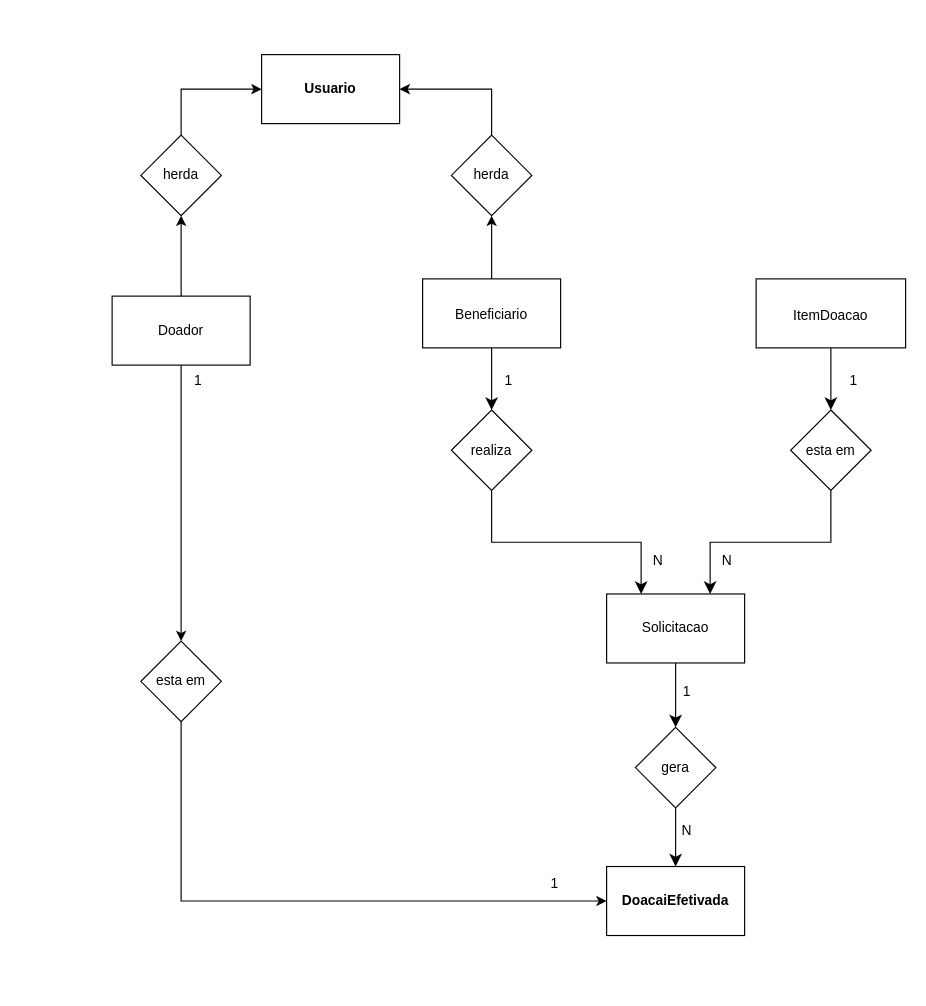
Above: page "Página-2" (1 of 2) of docs/modelagem_das_classes.drawio in ViniciusAlmeidaAndrade/Rede-de-Doacao-e-Reaproveitamento (draw.io), before the change. Source tidied: cells renumbered, new cells numbered last; positions are measured from the earlier drawing's top-left corner, leaving out a move shared by most shapes. Both pictures are drawn from the tidied source at 115%, with x=0, y=0 at pixel (112, 54).
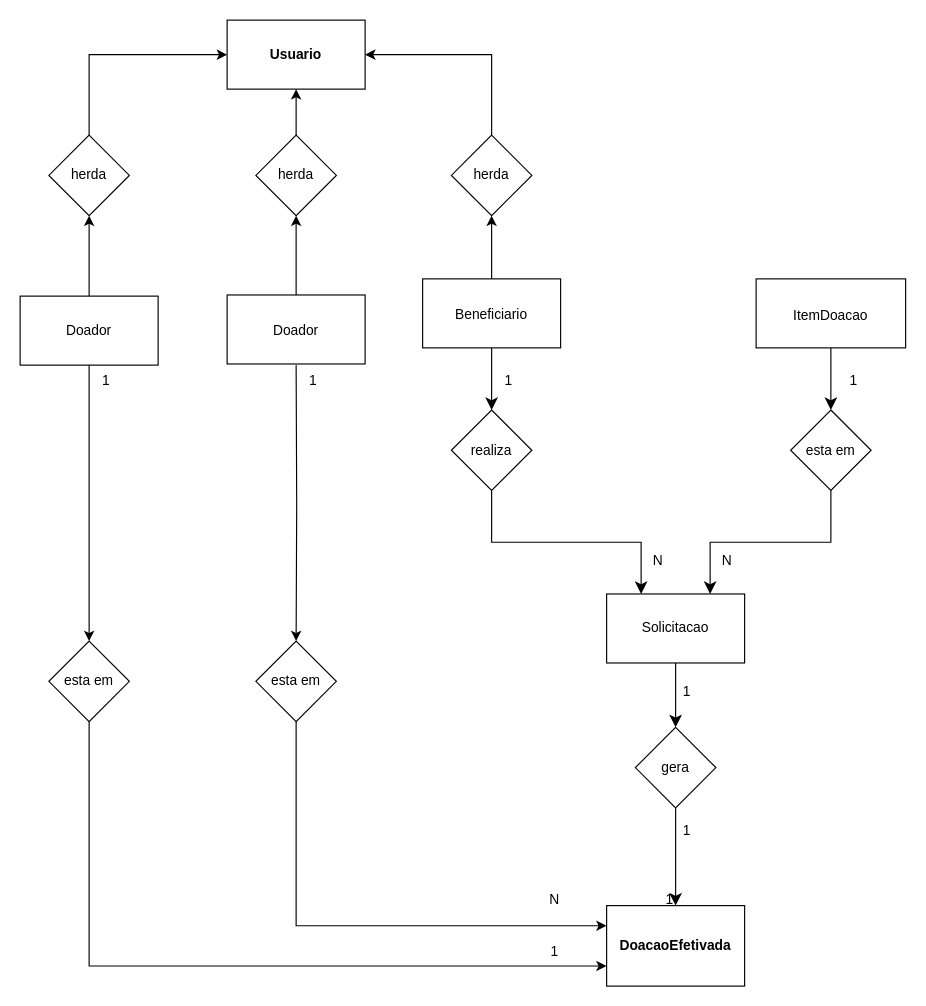
The same page after the edit.

Unchanged cells that the change refers to:
```xml
<mxCell id="21" style="rounded=0;whiteSpace=wrap;html=1;" parent="20" vertex="1">
  <mxGeometry width="120" height="60" as="geometry" />
</mxCell>
<mxCell id="43" style="rhombus;whiteSpace=wrap;html=1;" parent="42" vertex="1">
  <mxGeometry width="70" height="70" as="geometry" />
</mxCell>
```

Diff of the diagram source:
```diff
@@
+    <mxCell id="53" style="rounded=0;whiteSpace=wrap;html=1;" parent="1" vertex="1">
+      <mxGeometry x="100" y="209" width="120" height="60" as="geometry" />
+    </mxCell>
@@
-    <mxCell id="3" value="N" style="text;html=1;whiteSpace=wrap;strokeColor=none;fillColor=none;align=center;verticalAlign=middle;rounded=0;rotation=0;" parent="1" vertex="1">
+    <mxCell id="3" value="1" style="text;html=1;whiteSpace=wrap;strokeColor=none;fillColor=none;align=center;verticalAlign=middle;rounded=0;rotation=0;" parent="1" vertex="1">
       <mxGeometry x="495" y="660" width="10" height="30" as="geometry" />
     </mxCell>
@@
     <mxCell id="5" style="group;" parent="1" vertex="1">
-      <mxGeometry x="430" y="706" width="120" height="60" as="geometry" />
+      <mxGeometry x="430" y="740" width="120" height="70" as="geometry" />
     </mxCell>
     <mxCell id="6" style="rounded=0;whiteSpace=wrap;html=1;" parent="5" vertex="1">
-      <mxGeometry width="120" height="60" as="geometry" />
+      <mxGeometry width="120" height="70" as="geometry" />
     </mxCell>
-    <mxCell id="7" value="&lt;b&gt;DoacaiEfetivada&lt;/b&gt;" style="text;html=1;whiteSpace=wrap;strokeColor=none;fillColor=none;align=center;verticalAlign=middle;rounded=0;" parent="5" vertex="1">
-      <mxGeometry x="30" y="15" width="60" height="30" as="geometry" />
+    <mxCell id="7" value="&lt;b&gt;DoacaoEfetivada&lt;/b&gt;" style="text;html=1;whiteSpace=wrap;strokeColor=none;fillColor=none;align=center;verticalAlign=middle;rounded=0;" parent="5" vertex="1">
+      <mxGeometry x="30" y="17.5" width="60" height="35" as="geometry" />
     </mxCell>
@@
     <mxCell id="14" style="group;" parent="1" vertex="1">
-      <mxGeometry y="210" width="120" height="60" as="geometry" />
+      <mxGeometry x="-80" y="210" width="120" height="60" as="geometry" />
     </mxCell>
@@
     <mxCell id="20" style="group;" parent="1" vertex="1">
-      <mxGeometry x="130" width="120" height="60" as="geometry" />
+      <mxGeometry x="100" y="-30" width="120" height="60" as="geometry" />
     </mxCell>
@@
     <mxCell id="34" style="rhombus;whiteSpace=wrap;html=1;" parent="1" vertex="1">
-      <mxGeometry x="25" y="70" width="70" height="70" as="geometry" />
+      <mxGeometry x="-55" y="70" width="70" height="70" as="geometry" />
     </mxCell>
@@
     <mxCell id="42" style="group;" parent="1" vertex="1">
-      <mxGeometry x="25" y="510" width="70" height="70" as="geometry" />
+      <mxGeometry x="-55" y="510" width="70" height="70" as="geometry" />
     </mxCell>
@@
-    <mxCell id="45" style="edgeStyle=orthogonalEdgeStyle;rounded=0;jettySize=auto;html=1;exitX=0.5;exitY=1;exitDx=0;exitDy=0;entryX=0;entryY=0.5;entryDx=0;entryDy=0;" parent="1" edge="1" source="43" target="6">
+    <mxCell id="45" style="edgeStyle=orthogonalEdgeStyle;rounded=0;jettySize=auto;html=1;exitX=0.5;exitY=1;exitDx=0;exitDy=0;entryX=0;entryY=0.75;entryDx=0;entryDy=0;" parent="1" edge="1" source="43" target="6">
       <mxGeometry relative="1" as="geometry" />
     </mxCell>
     <mxCell id="46" value="1" style="text;html=1;whiteSpace=wrap;strokeColor=none;fillColor=none;align=center;verticalAlign=middle;rounded=0;" parent="1" vertex="1">
-      <mxGeometry x="70" y="269" width="10" height="30" as="geometry" />
+      <mxGeometry x="-10" y="269" width="10" height="30" as="geometry" />
     </mxCell>
     <mxCell id="47" value="1" style="text;html=1;whiteSpace=wrap;strokeColor=none;fillColor=none;align=center;verticalAlign=middle;rounded=0;" parent="1" vertex="1">
-      <mxGeometry x="380" y="706" width="10" height="30" as="geometry" />
+      <mxGeometry x="380" y="770" width="10" height="20" as="geometry" />
     </mxCell>
@@
     <mxCell id="49" value="herda" style="text;html=1;whiteSpace=wrap;strokeColor=none;fillColor=none;align=center;verticalAlign=middle;rounded=0;" parent="1" vertex="1">
-      <mxGeometry x="30" y="90" width="60" height="30" as="geometry" />
+      <mxGeometry x="-50" y="90" width="60" height="30" as="geometry" />
     </mxCell>
@@
+    <mxCell id="54" value="Doador" style="text;html=1;whiteSpace=wrap;strokeColor=none;fillColor=none;align=center;verticalAlign=middle;rounded=0;" parent="1" vertex="1">
+      <mxGeometry x="130" y="225" width="60" height="30" as="geometry" />
+    </mxCell>
+    <mxCell id="55" style="edgeStyle=orthogonalEdgeStyle;rounded=0;jettySize=auto;html=1;exitX=0.5;exitY=0;exitDx=0;exitDy=0;entryX=0.5;entryY=1;entryDx=0;entryDy=0;" parent="1" edge="1" source="53" target="57">
+      <mxGeometry relative="1" as="geometry" />
+    </mxCell>
+    <mxCell id="56" style="edgeStyle=orthogonalEdgeStyle;rounded=0;jettySize=auto;html=1;exitX=0.5;exitY=0;exitDx=0;exitDy=0;entryX=0.5;entryY=1;entryDx=0;entryDy=0;" parent="1" edge="1" source="57" target="21">
+      <mxGeometry relative="1" as="geometry" />
+    </mxCell>
+    <mxCell id="57" style="rhombus;whiteSpace=wrap;html=1;" parent="1" vertex="1">
+      <mxGeometry x="125" y="70" width="70" height="70" as="geometry" />
+    </mxCell>
+    <mxCell id="58" style="edgeStyle=orthogonalEdgeStyle;rounded=0;jettySize=auto;html=1;exitX=0.5;exitY=1;exitDx=0;exitDy=0;entryX=0.5;entryY=0;entryDx=0;entryDy=0;" parent="1" edge="1" target="60">
+      <mxGeometry relative="1" as="geometry">
+        <mxPoint x="160" y="270" as="sourcePoint" />
+      </mxGeometry>
+    </mxCell>
+    <mxCell id="59" style="group;" parent="1" vertex="1">
+      <mxGeometry x="125" y="510" width="70" height="70" as="geometry" />
+    </mxCell>
+    <mxCell id="60" style="rhombus;whiteSpace=wrap;html=1;" parent="59" vertex="1">
+      <mxGeometry width="70" height="70" as="geometry" />
+    </mxCell>
+    <mxCell id="61" value="esta em" style="text;html=1;whiteSpace=wrap;strokeColor=none;fillColor=none;align=center;verticalAlign=middle;rounded=0;" parent="59" vertex="1">
+      <mxGeometry x="5" y="20" width="60" height="30" as="geometry" />
+    </mxCell>
+    <mxCell id="62" style="edgeStyle=orthogonalEdgeStyle;rounded=0;jettySize=auto;html=1;exitX=0.5;exitY=1;exitDx=0;exitDy=0;entryX=0;entryY=0.25;entryDx=0;entryDy=0;" parent="1" edge="1" source="60" target="6">
+      <mxGeometry relative="1" as="geometry" />
+    </mxCell>
+    <mxCell id="63" value="1" style="text;html=1;whiteSpace=wrap;strokeColor=none;fillColor=none;align=center;verticalAlign=middle;rounded=0;" parent="1" vertex="1">
+      <mxGeometry x="170" y="269" width="10" height="30" as="geometry" />
+    </mxCell>
+    <mxCell id="64" value="1" style="text;html=1;whiteSpace=wrap;strokeColor=none;fillColor=none;align=center;verticalAlign=middle;rounded=0;" parent="1" vertex="1">
+      <mxGeometry x="480" y="720" width="10" height="30" as="geometry" />
+    </mxCell>
+    <mxCell id="65" value="herda" style="text;html=1;whiteSpace=wrap;strokeColor=none;fillColor=none;align=center;verticalAlign=middle;rounded=0;" parent="1" vertex="1">
+      <mxGeometry x="130" y="90" width="60" height="30" as="geometry" />
+    </mxCell>
+    <mxCell id="66" value="N" style="text;html=1;whiteSpace=wrap;strokeColor=none;fillColor=none;align=center;verticalAlign=middle;rounded=0;" parent="1" vertex="1">
+      <mxGeometry x="380" y="720" width="10" height="30" as="geometry" />
+    </mxCell>
```
